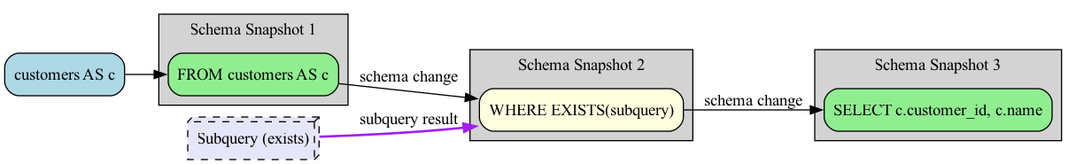
Earlier version of the Graphviz export examples/subquery_exists_schema.png (rot1024/sqloflow). Its source is kept beside it as examples/subquery_exists_schema.dot.
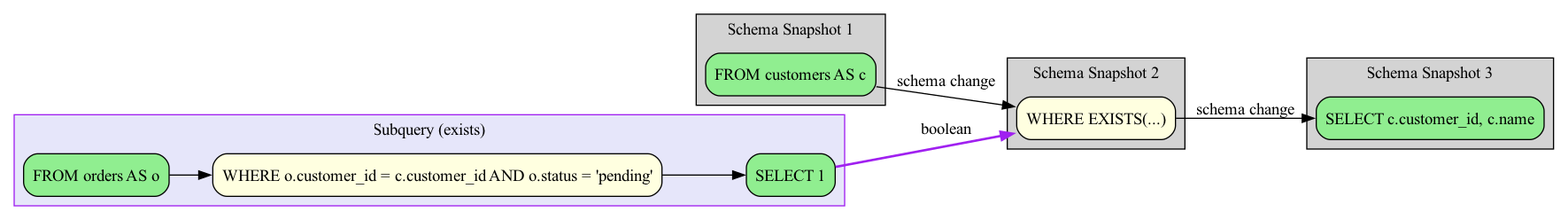
Above is the later version.

Change to the diagram source:
```diff
@@ -2,29 +2,38 @@
   rankdir=LR;
   node [shape=box, style=rounded];
 
-  node_0 [label="customers AS c", fillcolor=lightblue, style="filled,rounded"];
-  node_3 [label="Subquery (exists)", fillcolor=lavender, style="filled,rounded,dashed", shape=box3d];
   subgraph cluster_0 {
     label="Schema Snapshot 1";
     style=filled;
     fillcolor=lightgray;
-    node_1 [label="FROM customers AS c", fillcolor=lightgreen, style="filled,rounded"];
+    node_0 [label="FROM customers AS c", fillcolor=lightgreen, style="filled,rounded"];
   }
   subgraph cluster_1 {
     label="Schema Snapshot 2";
     style=filled;
     fillcolor=lightgray;
-    node_2 [label="WHERE EXISTS(subquery)", fillcolor=lightyellow, style="filled,rounded"];
+    node_1 [label="WHERE EXISTS(...)", fillcolor=lightyellow, style="filled,rounded"];
   }
   subgraph cluster_2 {
     label="Schema Snapshot 3";
     style=filled;
     fillcolor=lightgray;
-    node_4 [label="SELECT c.customer_id, c.name", fillcolor=lightgreen, style="filled,rounded"];
+    node_3 [label="SELECT c.customer_id, c.name", fillcolor=lightgreen, style="filled,rounded"];
   }
 
-  node_0 -> node_1 [color=black];
-  node_1 -> node_2 [color=black, label="schema change"];
-  node_3 -> node_2 [color=purple, style=bold, label="subquery result"];
-  node_2 -> node_4 [color=black, label="schema change"];
+  subgraph cluster_node_2 {
+    label="Subquery (exists)";
+    style=filled;
+    fillcolor=lavender;
+    color=purple;
+    subq_2_node_0 [label="FROM orders AS o", fillcolor=lightgreen, style="filled,rounded"];
+    subq_2_node_1 [label="WHERE o.customer_id = c.customer_id AND o.status = 'pending'", fillcolor=lightyellow, style="filled,rounded"];
+    subq_2_node_2 [label="SELECT 1", fillcolor=lightgreen, style="filled,rounded"];
+    subq_2_node_0 -> subq_2_node_1 [color=black];
+    subq_2_node_1 -> subq_2_node_2 [color=black];
+  }
+  subq_2_node_2 -> node_1 [color=purple, style=bold, label="boolean"];
+
+  node_0 -> node_1 [color=black, label="schema change"];
+  node_1 -> node_3 [color=black, label="schema change"];
 }
```
